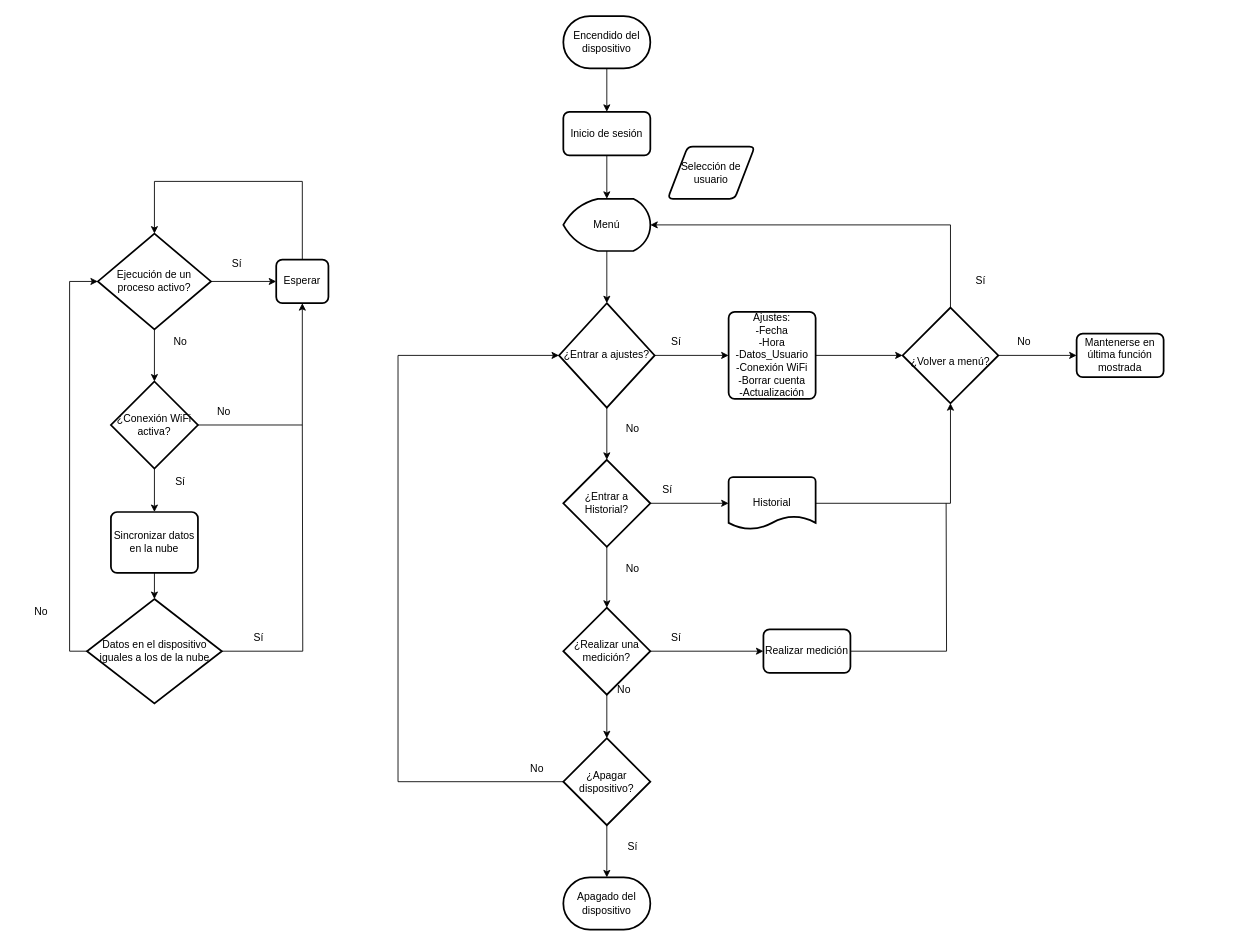
Angeloib98/BIATRONIC keeps this draw.io diagram as Tercera_Fase/Diagramas de software/Diagrama_General.drawio. Above is the earlier version. Source tidied: cells renumbered, new cells numbered last; positions are measured from the earlier drawing's top-left corner, leaving out a move shared by most shapes. Both pictures are drawn from the tidied source at 87%, with x=0, y=0 at pixel (15, 16).
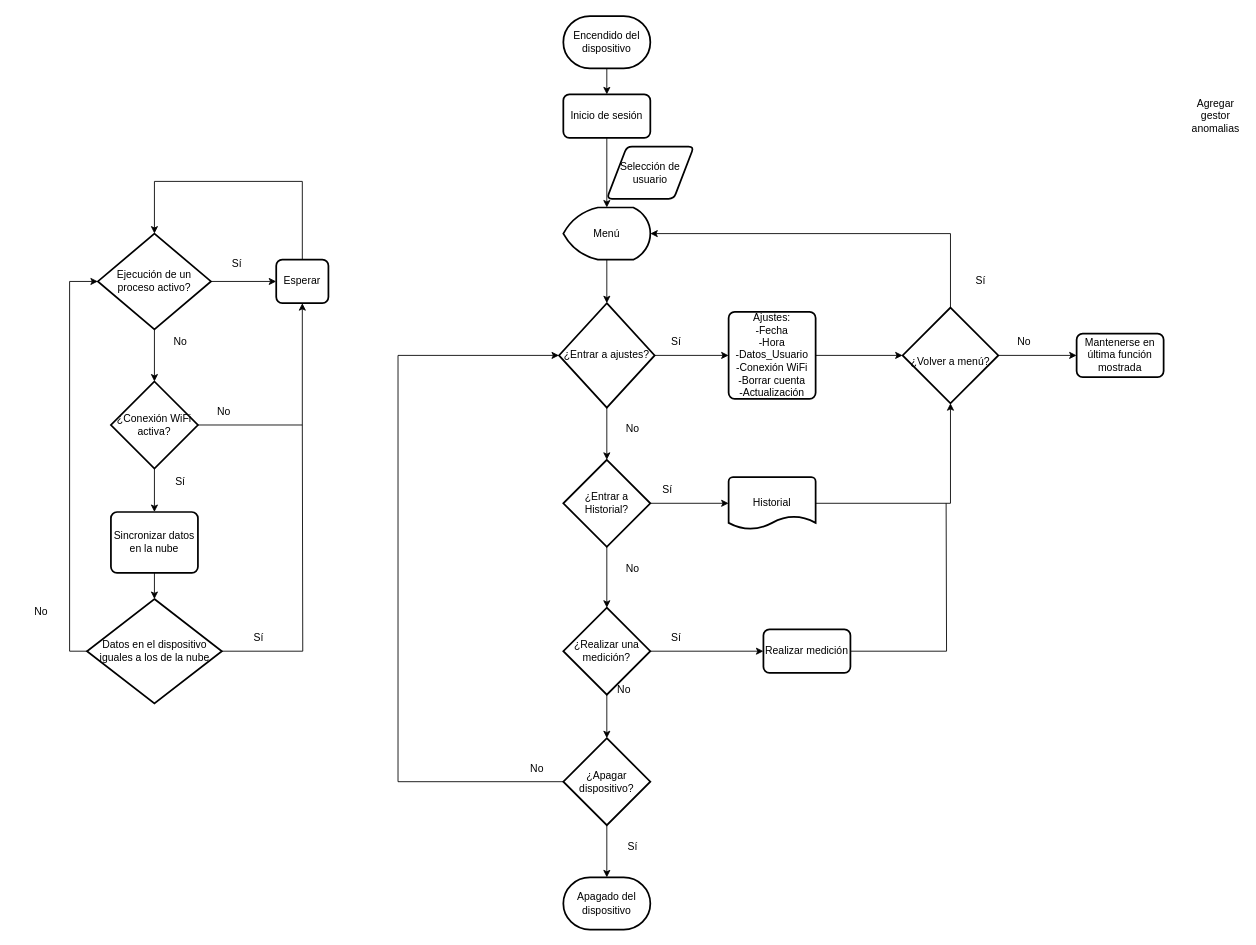
Above is the later version.

What changed in the source:
```diff
@@
     <mxCell id="46" value="Inicio de sesión" style="rounded=1;whiteSpace=wrap;html=1;absoluteArcSize=1;arcSize=14;strokeWidth=2;" parent="1" vertex="1">
-      <mxGeometry x="630" y="110" width="100" height="50" as="geometry" />
+      <mxGeometry x="630" y="90" width="100" height="50" as="geometry" />
     </mxCell>
@@
     <mxCell id="53" value="Menú" style="strokeWidth=2;html=1;shape=mxgraph.flowchart.display;whiteSpace=wrap;" parent="1" vertex="1">
-      <mxGeometry x="630" y="210" width="100" height="60" as="geometry" />
+      <mxGeometry x="630" y="220" width="100" height="60" as="geometry" />
     </mxCell>
@@
     <mxCell id="60" value="Selección de usuario" style="shape=parallelogram;html=1;strokeWidth=2;perimeter=parallelogramPerimeter;whiteSpace=wrap;rounded=1;arcSize=12;size=0.23;" parent="1" vertex="1">
-      <mxGeometry x="750" y="150" width="100" height="60" as="geometry" />
+      <mxGeometry x="680" y="150" width="100" height="60" as="geometry" />
     </mxCell>
+    <mxCell id="61" value="Agregar gestor anomalias" style="text;html=1;strokeColor=none;fillColor=none;align=center;verticalAlign=middle;whiteSpace=wrap;rounded=0;" parent="1" vertex="1">
+      <mxGeometry x="1350" y="100" width="60" height="30" as="geometry" />
+    </mxCell>
```
